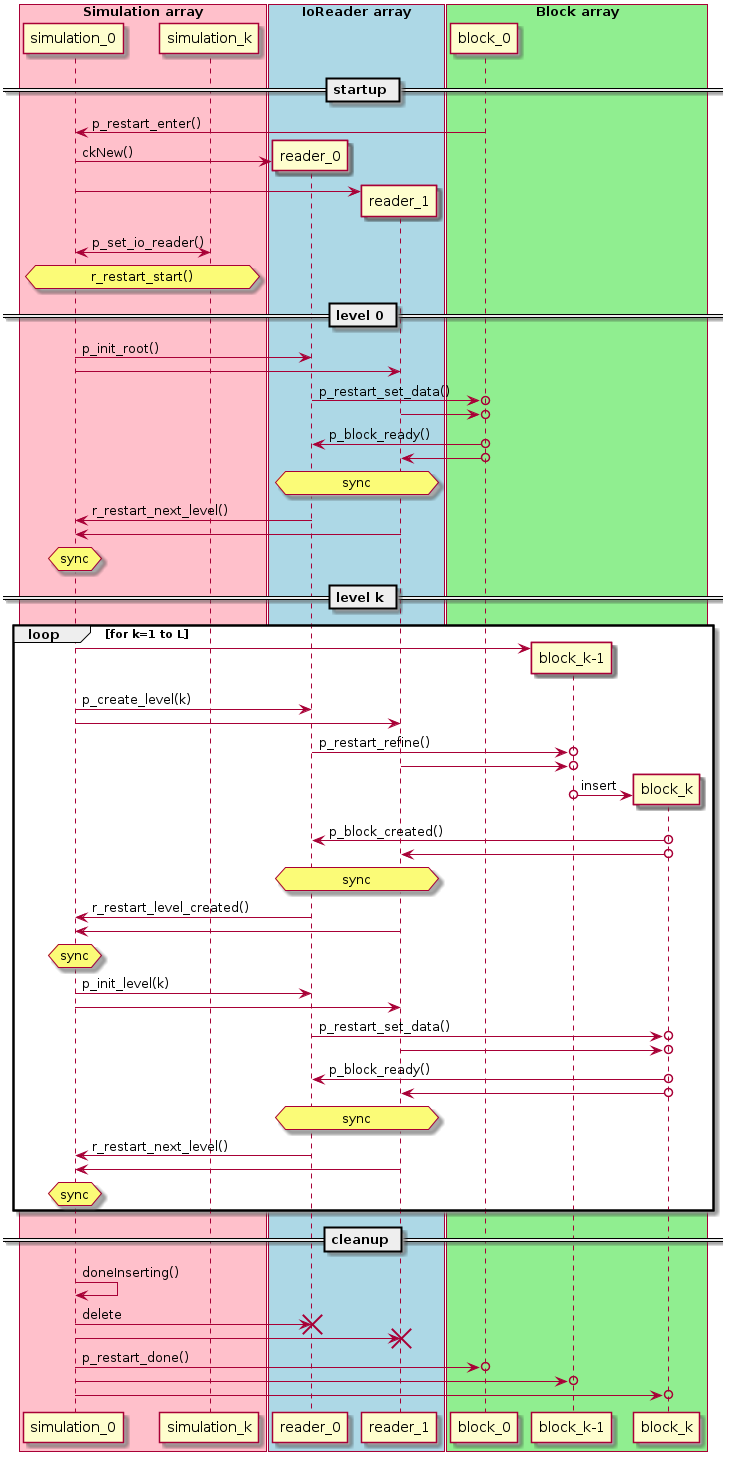
Above: doc/source/design/io-read.png in enzo-project/enzo-e (PlantUML), before the change.
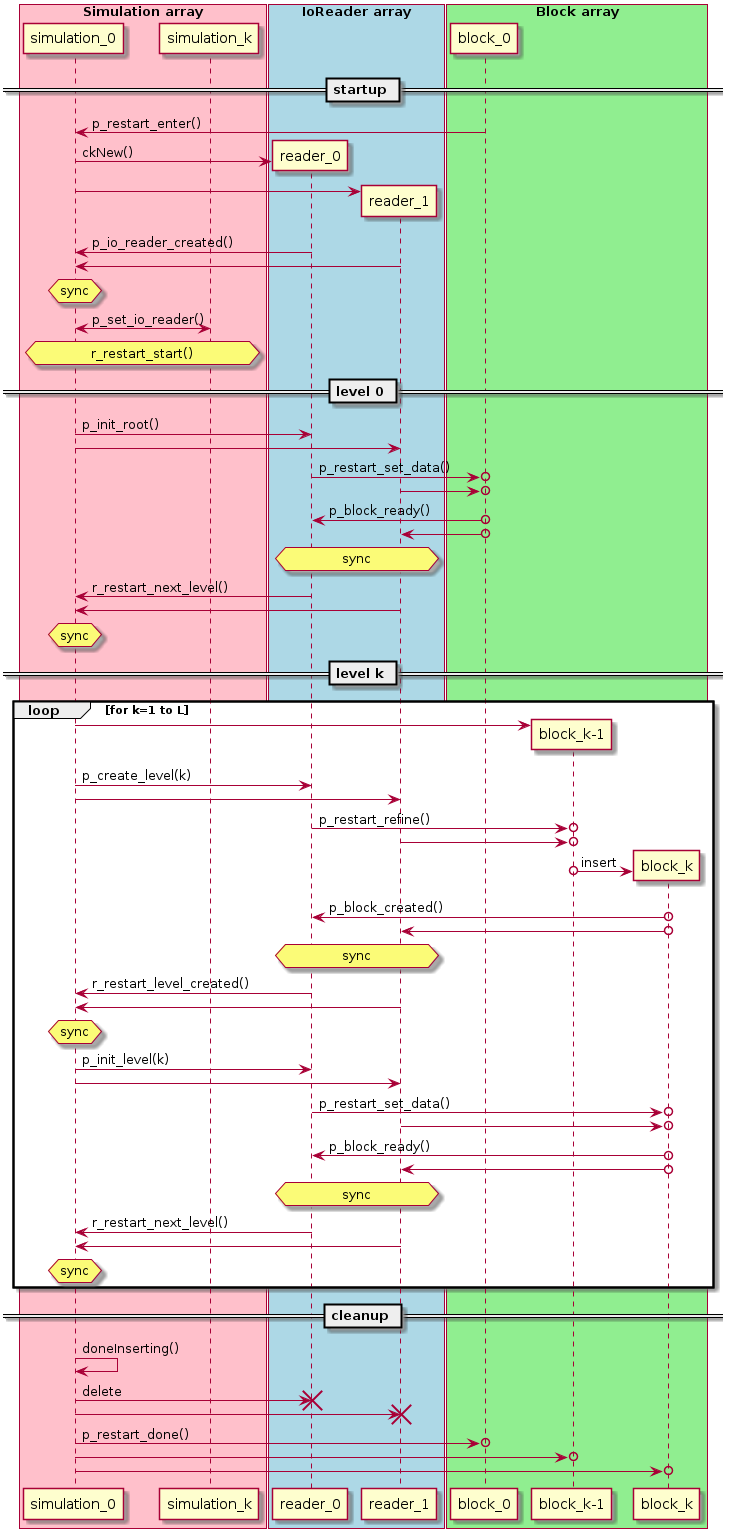
After the change.

Change to the diagram source:
```diff
@@ -21,6 +21,9 @@
 b0 -> s0 : p_restart_enter()
 s0 -> r0 ** : ckNew()
 s0 -> r1 **
+r0 -> s0 : p_io_reader_created()
+r1 -> s0
+hnote over s0 : sync
 s0 <-> sk : p_set_io_reader()
 hnote over s0,sk : r_restart_start()
 
```
